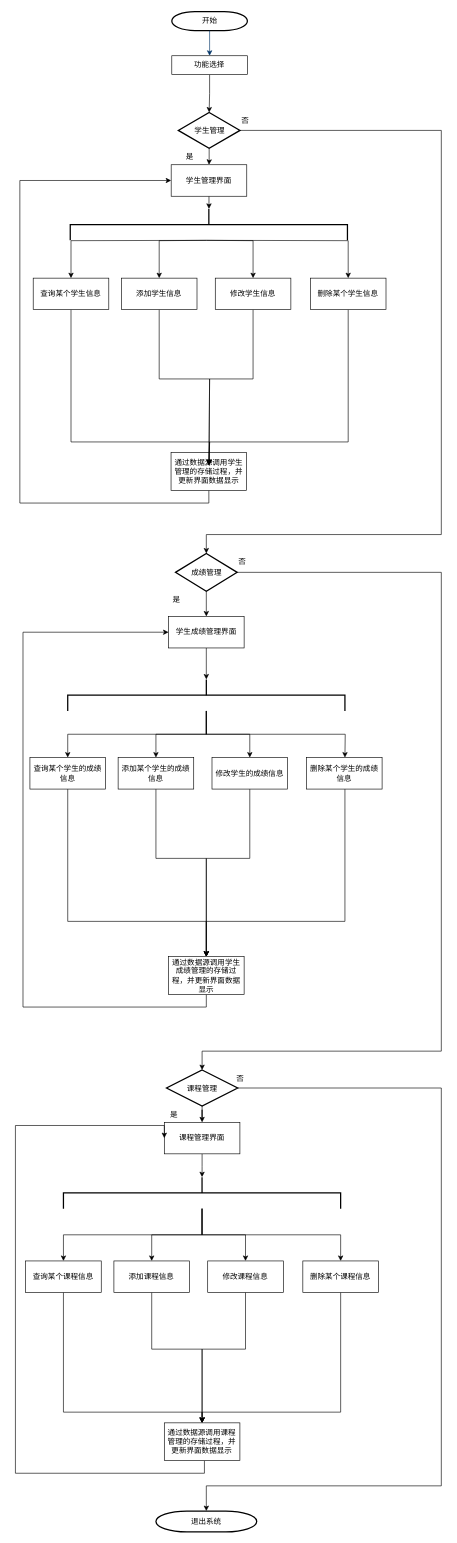
The draw.io diagram 流程图.drawio in ntestoc3/docs-1, before the edit. Source tidied: cells renumbered, new cells numbered last; positions are measured from the earlier drawing's top-left corner, leaving out a move shared by most shapes. Both pictures are drawn from the tidied source at 63%, with x=0, y=0 at pixel (15, 11).
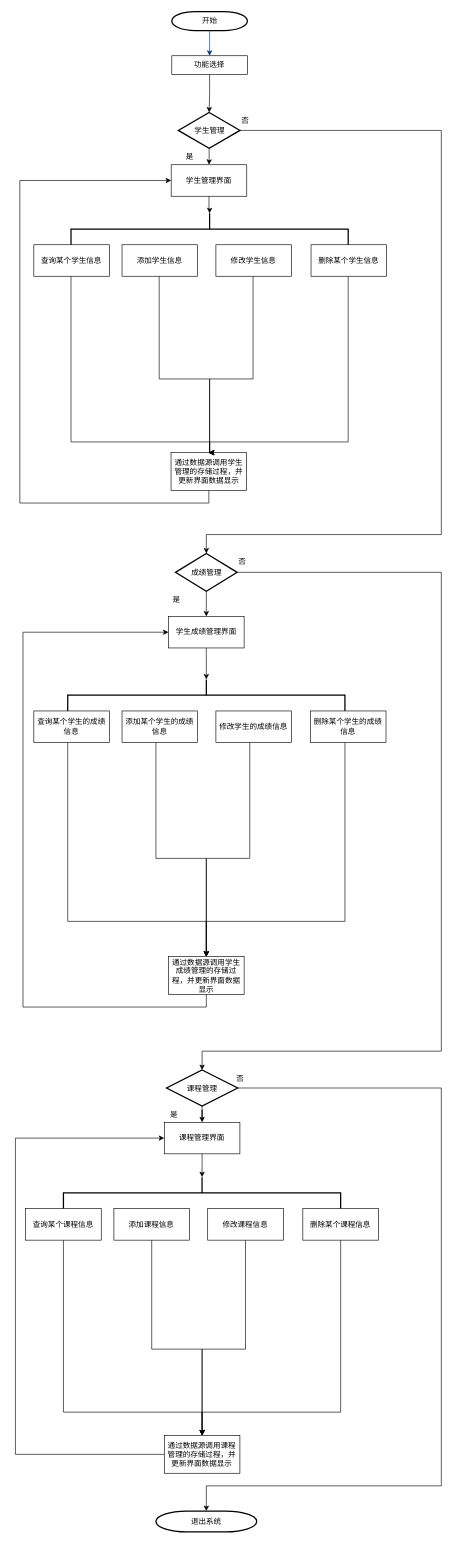
After the change.

The change refers to these unchanged cells:
```xml
<mxCell id="2" style="strokeWidth=2;html=1;shape=mxgraph.flowchart.annotation_2;align=left;labelPosition=right;direction=south;portConstraintRotation=0;noLabel=0;perimeter=rectanglePerimeter;" parent="1" vertex="1">
  <mxGeometry x="76.2" y="1850" width="440" height="50" as="geometry" />
</mxCell>
<mxCell id="3" style="strokeWidth=2;html=1;shape=mxgraph.flowchart.annotation_2;align=left;labelPosition=right;direction=south;portConstraintRotation=0;noLabel=0;perimeter=rectanglePerimeter;" parent="1" vertex="1">
  <mxGeometry x="83" y="1060" width="440" height="50" as="geometry" />
</mxCell>
<mxCell id="43" value="通过数据源调用学生成绩管理的存储过程，并更新界面数据显示" style="rounded=0;whiteSpace=wrap;html=1;" parent="1" vertex="1">
  <mxGeometry x="243" y="1500" width="120" height="60" as="geometry" />
</mxCell>
<mxCell id="57" value="课程管理界面" style="rounded=0;whiteSpace=wrap;html=1;" parent="1" vertex="1">
  <mxGeometry x="236.3" y="1763" width="120" height="50" as="geometry" />
</mxCell>
```

The edit, as a diff of the source:
```diff
@@
-    <mxCell id="28" style="edgeStyle=orthogonalEdgeStyle;rounded=0;jettySize=auto;html=1;" parent="1" edge="1" target="35">
-      <mxGeometry relative="1" as="geometry">
-        <mxPoint x="303" y="363" as="sourcePoint" />
-      </mxGeometry>
-    </mxCell>
-    <mxCell id="29" style="edgeStyle=orthogonalEdgeStyle;rounded=0;jettySize=auto;html=1;entryX=0.5;entryY=0;entryDx=0;entryDy=0;" parent="1" edge="1" target="33">
-      <mxGeometry relative="1" as="geometry">
-        <mxPoint x="303" y="363" as="sourcePoint" />
-      </mxGeometry>
-    </mxCell>
-    <mxCell id="30" style="edgeStyle=orthogonalEdgeStyle;rounded=0;jettySize=auto;html=1;entryX=0.5;entryY=0;entryDx=0;entryDy=0;" parent="1" edge="1" target="37">
-      <mxGeometry relative="1" as="geometry">
-        <mxPoint x="303" y="363" as="sourcePoint" />
-      </mxGeometry>
-    </mxCell>
-    <mxCell id="31" style="edgeStyle=orthogonalEdgeStyle;rounded=0;jettySize=auto;html=1;entryX=0.5;entryY=0;entryDx=0;entryDy=0;" parent="1" edge="1" target="39">
-      <mxGeometry relative="1" as="geometry">
-        <mxPoint x="303" y="363" as="sourcePoint" />
-      </mxGeometry>
-    </mxCell>
-    <mxCell id="32" style="edgeStyle=orthogonalEdgeStyle;rounded=0;jettySize=auto;html=1;entryX=0.5;entryY=0;entryDx=0;entryDy=0;" parent="1" edge="1" source="33">
+    <mxCell id="32" style="edgeStyle=orthogonalEdgeStyle;rounded=0;jettySize=auto;html=1;" parent="1" edge="1" source="33">
       <mxGeometry relative="1" as="geometry">
-        <mxPoint x="307.2" y="720" as="targetPoint" />
+        <mxPoint x="307" y="700" as="targetPoint" />
         <Array as="points">
           <mxPoint x="88.2" y="683" />
           <mxPoint x="308.2" y="683" />
         </Array>
       </mxGeometry>
     </mxCell>
     <mxCell id="33" value="查询某个学生信息" style="rounded=0;whiteSpace=wrap;html=1;" parent="1" vertex="1">
-      <mxGeometry x="28.2" y="423" width="120" height="50" as="geometry" />
+      <mxGeometry x="29.2" y="370" width="120" height="50" as="geometry" />
     </mxCell>
-    <mxCell id="34" style="edgeStyle=orthogonalEdgeStyle;rounded=0;jettySize=auto;html=1;entryX=0.5;entryY=0;entryDx=0;entryDy=0;" parent="1" edge="1" source="35">
+    <mxCell id="34" style="edgeStyle=orthogonalEdgeStyle;rounded=0;jettySize=auto;html=1;" parent="1" edge="1" source="35">
       <mxGeometry relative="1" as="geometry">
-        <mxPoint x="307.2" y="720" as="targetPoint" />
+        <mxPoint x="307" y="700" as="targetPoint" />
         <Array as="points">
           <mxPoint x="528.2" y="683" />
           <mxPoint x="308.2" y="683" />
         </Array>
       </mxGeometry>
     </mxCell>
     <mxCell id="35" value="删除某个学生信息" style="rounded=0;whiteSpace=wrap;html=1;" parent="1" vertex="1">
-      <mxGeometry x="468.2" y="423" width="120" height="50" as="geometry" />
+      <mxGeometry x="469.2" y="370" width="120" height="50" as="geometry" />
     </mxCell>
-    <mxCell id="36" style="edgeStyle=orthogonalEdgeStyle;rounded=0;jettySize=auto;html=1;entryX=0.5;entryY=0;entryDx=0;entryDy=0;" parent="1" edge="1" source="37">
+    <mxCell id="36" style="edgeStyle=orthogonalEdgeStyle;rounded=0;jettySize=auto;html=1;" parent="1" edge="1" source="37">
       <mxGeometry relative="1" as="geometry">
-        <mxPoint x="307.2" y="720" as="targetPoint" />
+        <mxPoint x="307" y="700" as="targetPoint" />
         <Array as="points">
           <mxPoint x="228.2" y="583" />
           <mxPoint x="308.2" y="583" />
         </Array>
       </mxGeometry>
     </mxCell>
     <mxCell id="37" value="添加学生信息" style="rounded=0;whiteSpace=wrap;html=1;" parent="1" vertex="1">
-      <mxGeometry x="168.2" y="423" width="120" height="50" as="geometry" />
+      <mxGeometry x="169.2" y="370" width="120" height="50" as="geometry" />
     </mxCell>
-    <mxCell id="38" style="edgeStyle=orthogonalEdgeStyle;rounded=0;jettySize=auto;html=1;entryX=0.5;entryY=0;entryDx=0;entryDy=0;" parent="1" edge="1" source="39">
+    <mxCell id="38" style="edgeStyle=orthogonalEdgeStyle;rounded=0;jettySize=auto;html=1;" parent="1" edge="1" source="39">
       <mxGeometry relative="1" as="geometry">
-        <mxPoint x="307.2" y="720" as="targetPoint" />
+        <mxPoint x="307" y="700" as="targetPoint" />
         <Array as="points">
           <mxPoint x="377.2" y="583" />
           <mxPoint x="308.2" y="583" />
         </Array>
       </mxGeometry>
     </mxCell>
     <mxCell id="39" value="修改学生信息" style="rounded=0;whiteSpace=wrap;html=1;" parent="1" vertex="1">
-      <mxGeometry x="317.2" y="423" width="120" height="50" as="geometry" />
+      <mxGeometry x="318.2" y="370" width="120" height="50" as="geometry" />
     </mxCell>
@@
-    <mxCell id="44" style="edgeStyle=orthogonalEdgeStyle;rounded=0;jettySize=auto;html=1;" parent="1" edge="1" source="3">
-      <mxGeometry relative="1" as="geometry">
-        <mxPoint x="523" y="1184" as="targetPoint" />
-      </mxGeometry>
-    </mxCell>
-    <mxCell id="45" style="edgeStyle=orthogonalEdgeStyle;rounded=0;jettySize=auto;html=1;entryX=0.5;entryY=0;entryDx=0;entryDy=0;" parent="1" edge="1" source="3" target="49">
-      <mxGeometry relative="1" as="geometry" />
-    </mxCell>
-    <mxCell id="46" style="edgeStyle=orthogonalEdgeStyle;rounded=0;jettySize=auto;html=1;entryX=0.5;entryY=0;entryDx=0;entryDy=0;" parent="1" edge="1" source="3" target="53">
-      <mxGeometry relative="1" as="geometry" />
-    </mxCell>
-    <mxCell id="47" style="edgeStyle=orthogonalEdgeStyle;rounded=0;jettySize=auto;html=1;entryX=0.5;entryY=0;entryDx=0;entryDy=0;" parent="1" edge="1" source="3" target="55">
-      <mxGeometry relative="1" as="geometry" />
-    </mxCell>
@@
     <mxCell id="49" value="查询某个学生的成绩信息" style="rounded=0;whiteSpace=wrap;html=1;" parent="1" vertex="1">
-      <mxGeometry x="23" y="1184" width="120" height="50" as="geometry" />
+      <mxGeometry x="29.2" y="1110" width="120" height="50" as="geometry" />
     </mxCell>
-    <mxCell id="50" style="edgeStyle=orthogonalEdgeStyle;rounded=0;jettySize=auto;html=1;entryX=0.5;entryY=0;entryDx=0;entryDy=0;" parent="1" edge="1" target="43">
+    <mxCell id="50" style="edgeStyle=orthogonalEdgeStyle;rounded=0;jettySize=auto;html=1;entryX=0.5;entryY=0;entryDx=0;entryDy=0;" parent="1" edge="1" source="51" target="43">
       <mxGeometry relative="1" as="geometry">
-        <mxPoint x="523" y="1234" as="sourcePoint" />
         <Array as="points">
           <mxPoint x="523" y="1444" />
           <mxPoint x="303" y="1444" />
         </Array>
       </mxGeometry>
     </mxCell>
     <mxCell id="51" value="删除某个学生的成绩信息" style="rounded=0;whiteSpace=wrap;html=1;" parent="1" vertex="1">
-      <mxGeometry x="462" y="1184" width="120" height="50" as="geometry" />
+      <mxGeometry x="468.2" y="1110" width="120" height="50" as="geometry" />
     </mxCell>
@@
     <mxCell id="53" value="添加某个学生的成绩信息" style="rounded=0;whiteSpace=wrap;html=1;" parent="1" vertex="1">
-      <mxGeometry x="163" y="1184" width="120" height="50" as="geometry" />
+      <mxGeometry x="169.2" y="1110" width="120" height="50" as="geometry" />
     </mxCell>
@@
     <mxCell id="55" value="修改学生的成绩信息" style="rounded=0;whiteSpace=wrap;html=1;" parent="1" vertex="1">
-      <mxGeometry x="312" y="1184" width="120" height="50" as="geometry" />
+      <mxGeometry x="318.2" y="1110" width="120" height="50" as="geometry" />
     </mxCell>
@@
     <mxCell id="58" style="edgeStyle=orthogonalEdgeStyle;rounded=0;jettySize=auto;html=1;entryX=0;entryY=0.5;entryDx=0;entryDy=0;" parent="1" edge="1" source="59" target="57">
       <mxGeometry relative="1" as="geometry">
         <Array as="points">
-          <mxPoint x="300" y="2320" />
-          <mxPoint y="2320" />
-          <mxPoint y="1768" />
+          <mxPoint y="2290" />
+          <mxPoint y="1788" />
         </Array>
       </mxGeometry>
     </mxCell>
     <mxCell id="59" value="通过数据源调用课程管理的存储过程，并更新界面数据显示" style="rounded=0;whiteSpace=wrap;html=1;" parent="1" vertex="1">
-      <mxGeometry x="236.3" y="2240" width="120" height="60" as="geometry" />
+      <mxGeometry x="236.3" y="2260" width="120" height="60" as="geometry" />
     </mxCell>
-    <mxCell id="60" style="edgeStyle=orthogonalEdgeStyle;rounded=0;jettySize=auto;html=1;" parent="1" edge="1" source="2" target="67">
-      <mxGeometry relative="1" as="geometry" />
-    </mxCell>
-    <mxCell id="61" style="edgeStyle=orthogonalEdgeStyle;rounded=0;jettySize=auto;html=1;entryX=0.5;entryY=0;entryDx=0;entryDy=0;" parent="1" edge="1" source="2" target="65">
-      <mxGeometry relative="1" as="geometry" />
-    </mxCell>
-    <mxCell id="62" style="edgeStyle=orthogonalEdgeStyle;rounded=0;jettySize=auto;html=1;entryX=0.5;entryY=0;entryDx=0;entryDy=0;" parent="1" edge="1" source="2" target="69">
-      <mxGeometry relative="1" as="geometry" />
-    </mxCell>
-    <mxCell id="63" style="edgeStyle=orthogonalEdgeStyle;rounded=0;jettySize=auto;html=1;entryX=0.5;entryY=0;entryDx=0;entryDy=0;" parent="1" edge="1" source="2" target="71">
-      <mxGeometry relative="1" as="geometry" />
-    </mxCell>
@@
     <mxCell id="65" value="查询某个课程信息" style="rounded=0;whiteSpace=wrap;html=1;" parent="1" vertex="1">
-      <mxGeometry x="16.2" y="1983" width="120" height="50" as="geometry" />
+      <mxGeometry x="16.2" y="1900" width="120" height="50" as="geometry" />
     </mxCell>
@@
     <mxCell id="67" value="删除某个课程信息" style="rounded=0;whiteSpace=wrap;html=1;" parent="1" vertex="1">
-      <mxGeometry x="456.2" y="1983" width="120" height="50" as="geometry" />
+      <mxGeometry x="456.2" y="1900" width="120" height="50" as="geometry" />
     </mxCell>
@@
     <mxCell id="69" value="添加课程信息" style="rounded=0;whiteSpace=wrap;html=1;" parent="1" vertex="1">
-      <mxGeometry x="156.3" y="1983" width="120" height="50" as="geometry" />
+      <mxGeometry x="156.3" y="1900" width="120" height="50" as="geometry" />
     </mxCell>
@@
     <mxCell id="71" value="修改课程信息" style="rounded=0;whiteSpace=wrap;html=1;" parent="1" vertex="1">
-      <mxGeometry x="305.2" y="1983" width="120" height="50" as="geometry" />
+      <mxGeometry x="305.2" y="1900" width="120" height="50" as="geometry" />
     </mxCell>
     <mxCell id="72" style="strokeWidth=2;html=1;shape=mxgraph.flowchart.annotation_2;align=left;labelPosition=right;direction=south;portConstraintRotation=0;noLabel=0;perimeter=rectanglePerimeter;" parent="1" vertex="1">
-      <mxGeometry x="87" y="313" width="440" height="50" as="geometry" />
+      <mxGeometry x="88.2" y="320" width="440" height="50" as="geometry" />
     </mxCell>
```
